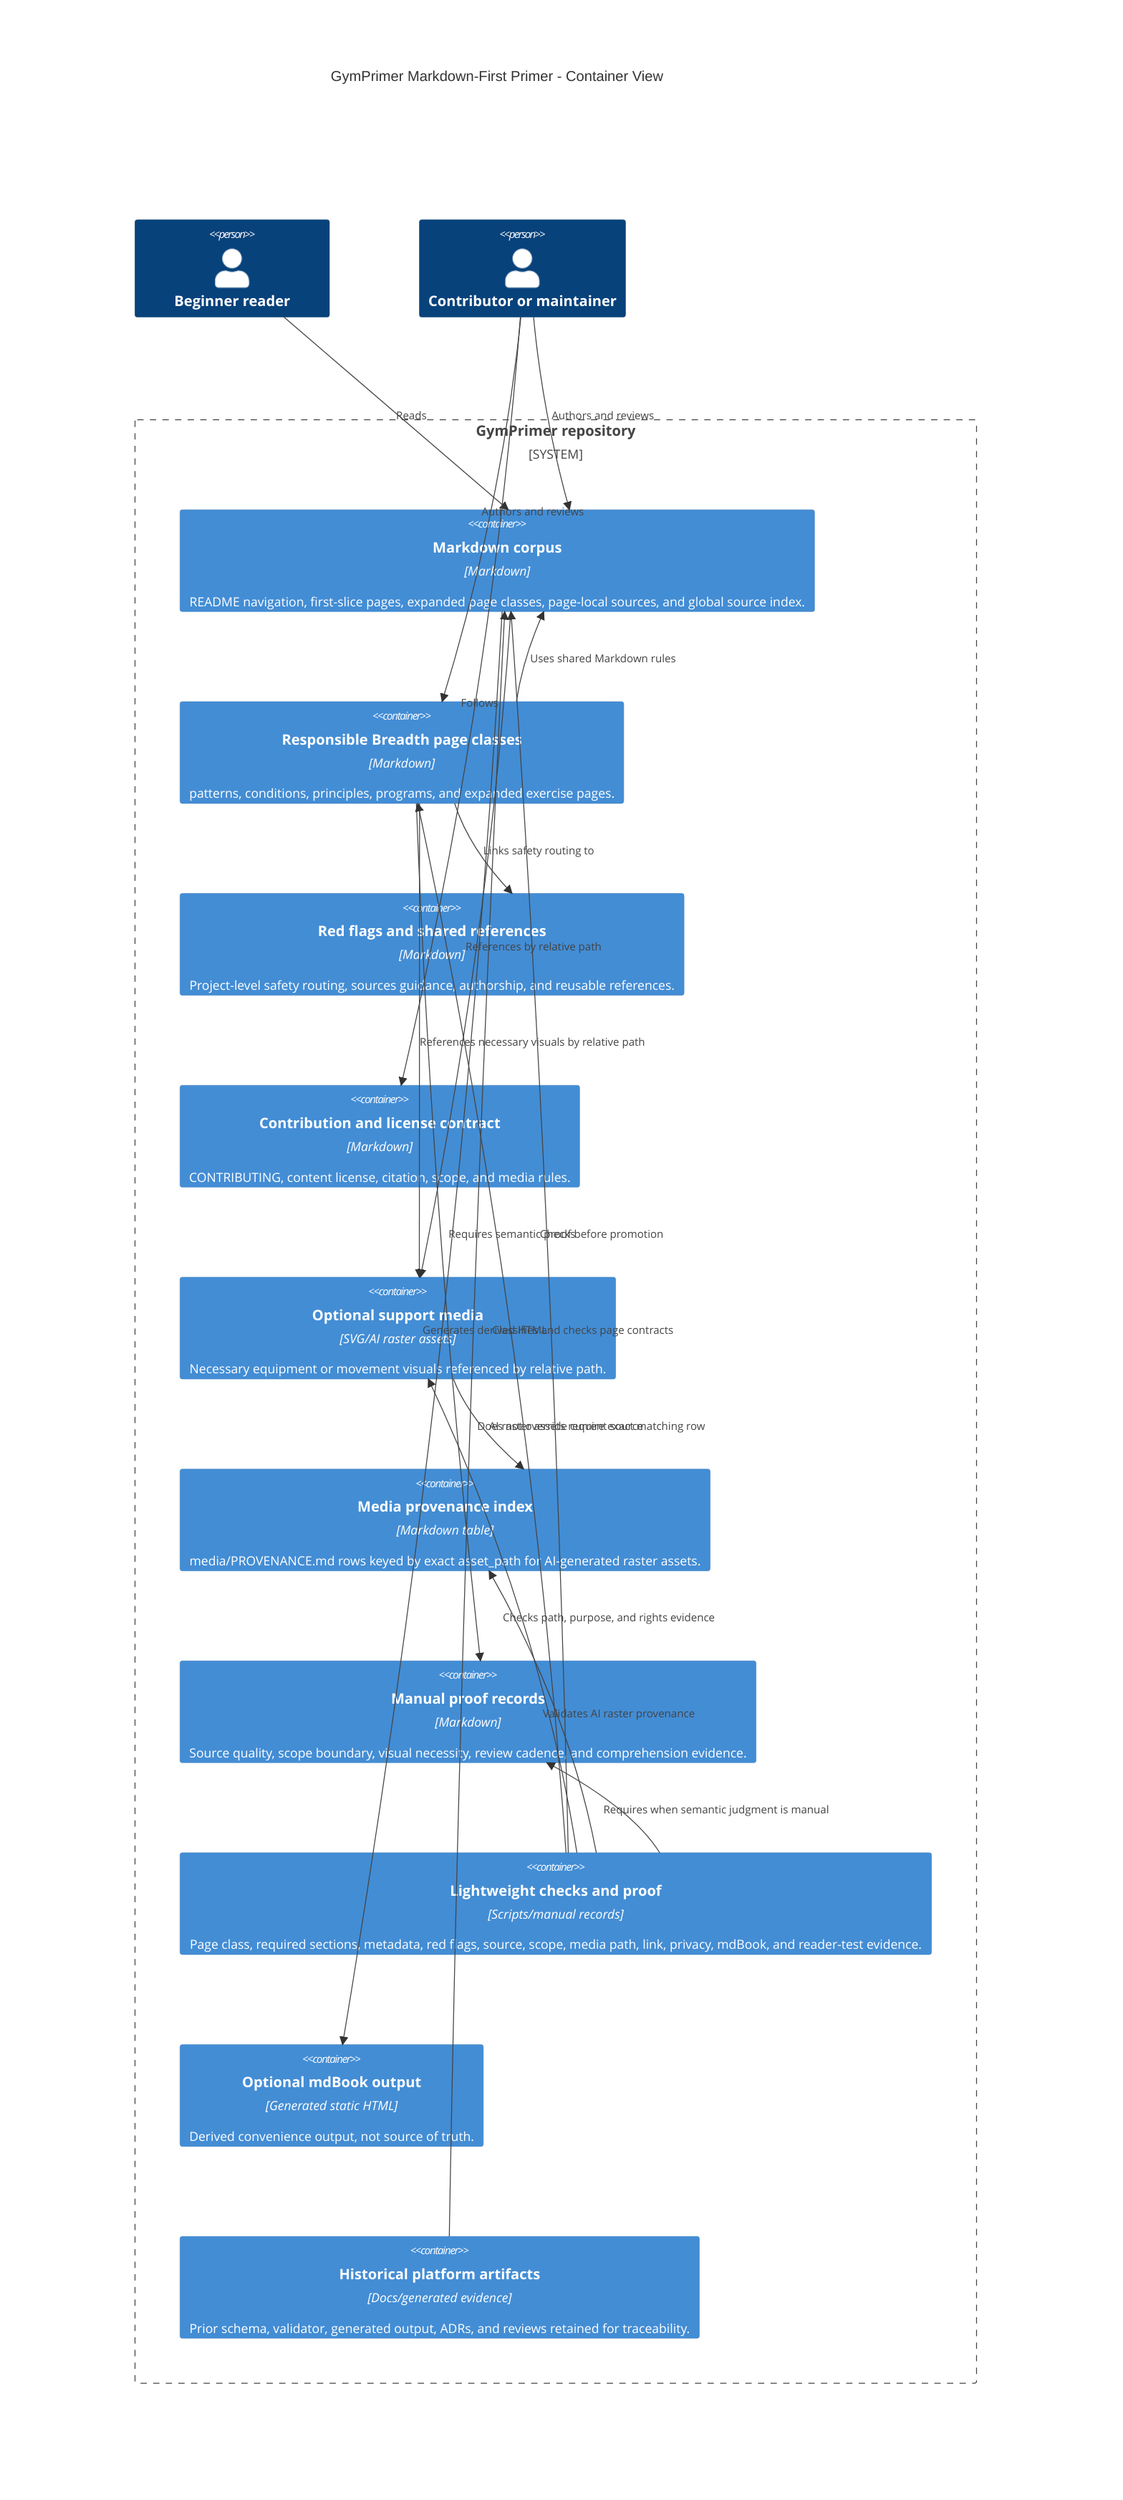
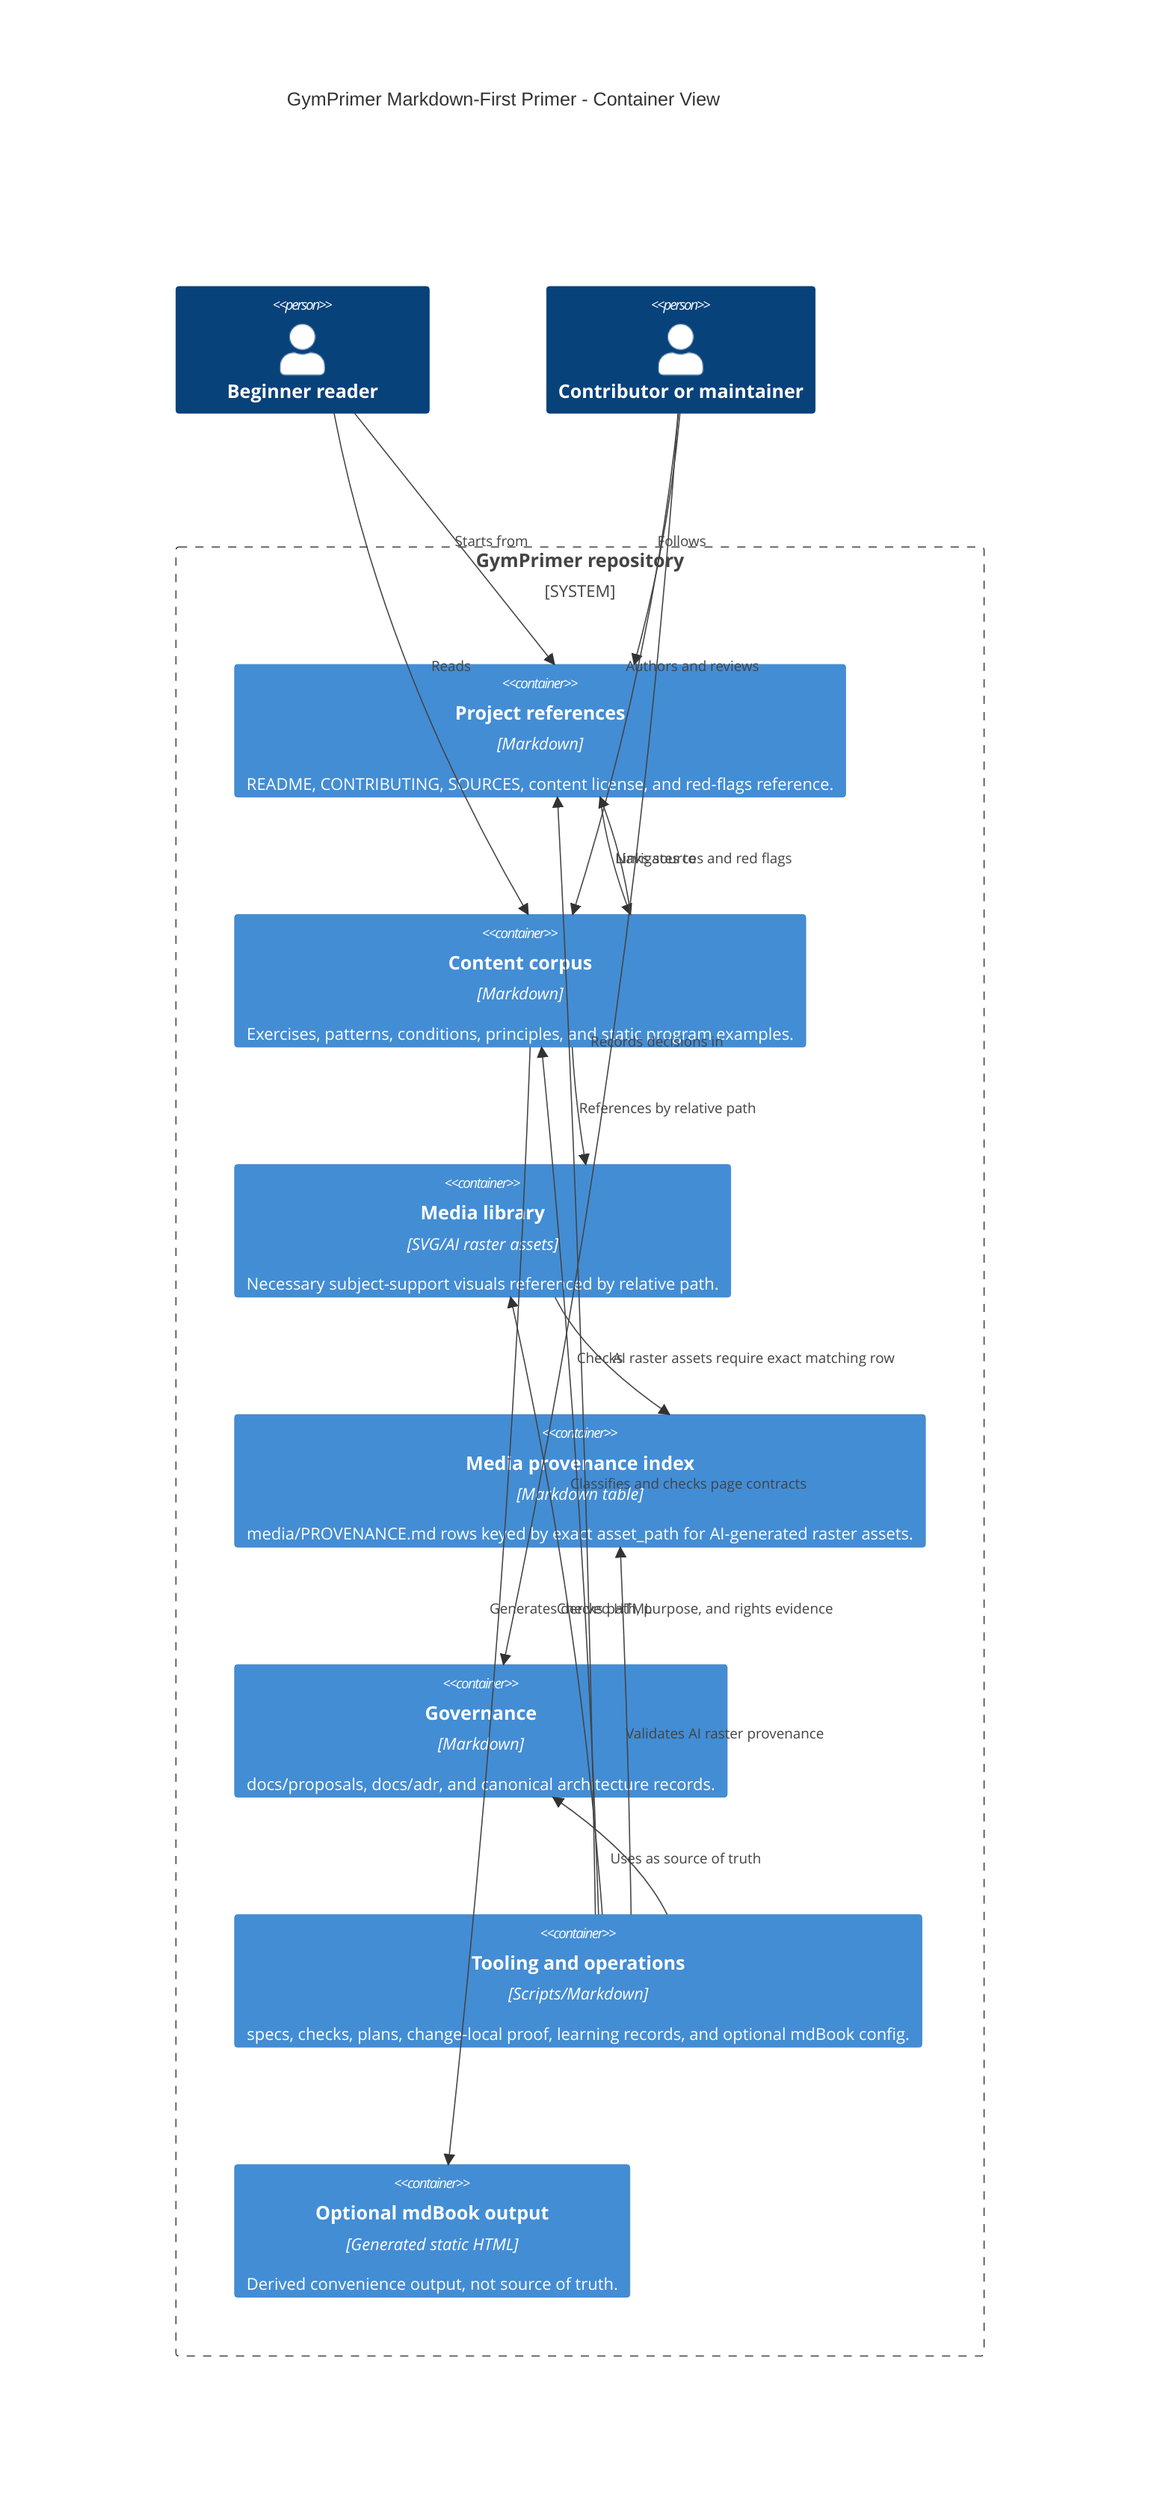
C4Container
  title GymPrimer Markdown-First Primer - Container View

  Person(beginner, "Beginner reader")
  Person(contributor, "Contributor or maintainer")

  System_Boundary(repo, "GymPrimer repository") {
-     Container(markdown, "Markdown corpus", "Markdown", "README navigation, first-slice pages, expanded page classes, page-local sources, and global source index.")
-     Container(expanded, "Responsible Breadth page classes", "Markdown", "patterns, conditions, principles, programs, and expanded exercise pages.")
-     Container(redflags, "Red flags and shared references", "Markdown", "Project-level safety routing, sources guidance, authorship, and reusable references.")
-     Container(contrib, "Contribution and license contract", "Markdown", "CONTRIBUTING, content license, citation, scope, and media rules.")
-     Container(media, "Optional support media", "SVG/AI raster assets", "Necessary equipment or movement visuals referenced by relative path.")
+     Container(refs, "Project references", "Markdown", "README, CONTRIBUTING, SOURCES, content license, and red-flags reference.")
+     Container(content, "Content corpus", "Markdown", "Exercises, patterns, conditions, principles, and static program examples.")
+     Container(media, "Media library", "SVG/AI raster assets", "Necessary subject-support visuals referenced by relative path.")
    Container(provenance, "Media provenance index", "Markdown table", "media/PROVENANCE.md rows keyed by exact asset_path for AI-generated raster assets.")
-     Container(proof, "Manual proof records", "Markdown", "Source quality, scope boundary, visual necessity, review cadence, and comprehension evidence.")
-     Container(checks, "Lightweight checks and proof", "Scripts/manual records", "Page class, required sections, metadata, red flags, source, scope, media path, link, privacy, mdBook, and reader-test evidence.")
+     Container(governance, "Governance", "Markdown", "docs/proposals, docs/adr, and canonical architecture records.")
+     Container(ops, "Tooling and operations", "Scripts/Markdown", "specs, checks, plans, change-local proof, learning records, and optional mdBook config.")
    Container(book, "Optional mdBook output", "Generated static HTML", "Derived convenience output, not source of truth.")
-     Container(history, "Historical platform artifacts", "Docs/generated evidence", "Prior schema, validator, generated output, ADRs, and reviews retained for traceability.")
  }

-   Rel(beginner, markdown, "Reads")
-   Rel(contributor, markdown, "Authors and reviews")
-   Rel(contributor, expanded, "Authors and reviews")
-   Rel(expanded, redflags, "Links safety routing to")
-   Rel(expanded, markdown, "Uses shared Markdown rules")
-   Rel(expanded, proof, "Requires semantic proof before promotion")
-   Rel(contributor, contrib, "Follows")
-   Rel(markdown, media, "References by relative path")
-   Rel(expanded, media, "References necessary visuals by relative path")
-   Rel(checks, provenance, "Validates AI raster provenance")
-   Rel(checks, markdown, "Checks")
-   Rel(checks, expanded, "Classifies and checks page contracts")
-   Rel(checks, proof, "Requires when semantic judgment is manual")
-   Rel(checks, media, "Checks path, purpose, and rights evidence")
+   Rel(beginner, refs, "Starts from")
+   Rel(beginner, content, "Reads")
+   Rel(contributor, refs, "Follows")
+   Rel(contributor, content, "Authors and reviews")
+   Rel(contributor, governance, "Records decisions in")
+   Rel(refs, content, "Navigates to")
+   Rel(content, refs, "Links sources and red flags")
+   Rel(content, media, "References by relative path")
+   Rel(ops, provenance, "Validates AI raster provenance")
+   Rel(ops, refs, "Checks")
+   Rel(ops, content, "Classifies and checks page contracts")
+   Rel(ops, governance, "Uses as source of truth")
+   Rel(ops, media, "Checks path, purpose, and rights evidence")
  Rel(media, provenance, "AI raster assets require exact matching row")
-   Rel(markdown, book, "Generates derived HTML")
-   Rel(history, markdown, "Does not override current source")
+   Rel(content, book, "Generates derived HTML")
